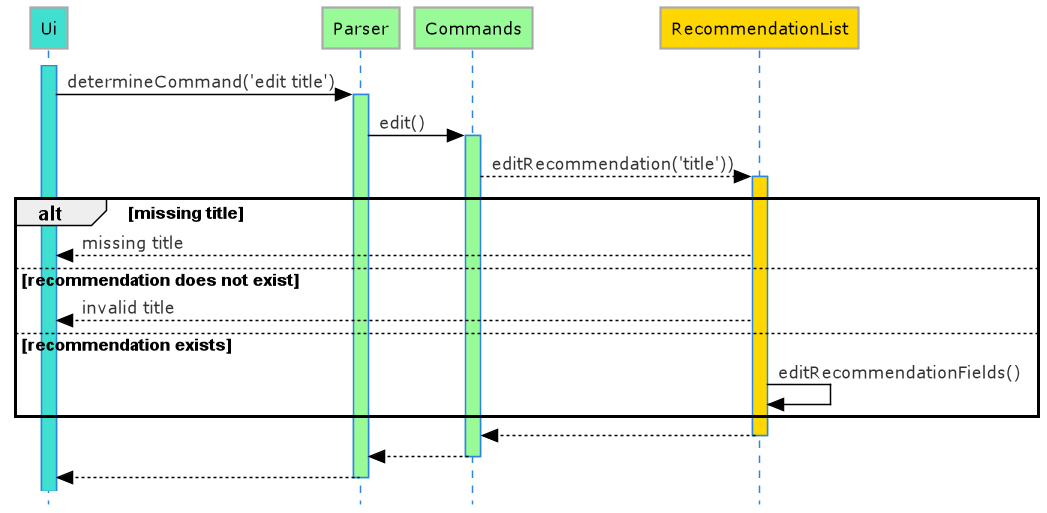
Before: docs/diagrams/Edit_Reco_Sequence_Diagram.png, a diagram exported from PlantUML (nus-cs2113-AY2021S2/tp).
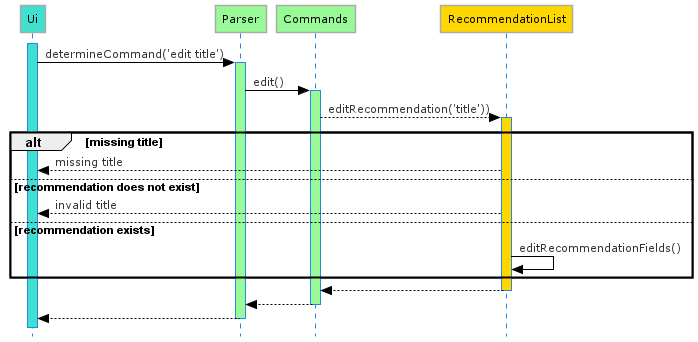
Later version of the same file.

The edit, as a diff of the source:
```diff
@@ -1,4 +1,4 @@
-@startuml Edit_Sequence_Diagram
+@startuml Edit_Reco_Sequence_Diagram
 !define LIGHTBLUE
 !includeurl https://raw.githubusercontent.com/Drakemor/RedDress-PlantUML/master/style.puml
 skinparam style strictuml
```
